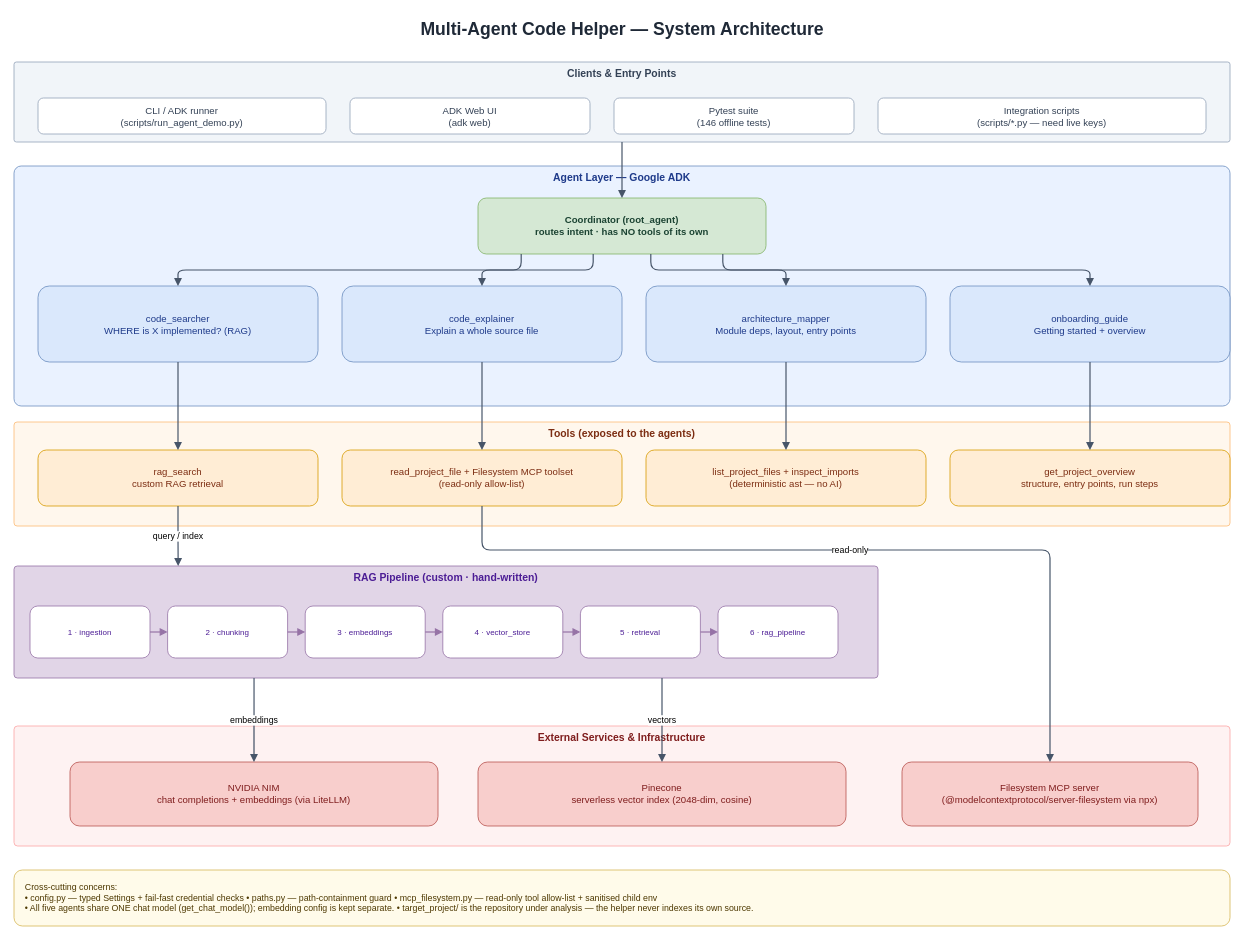
Above: docs/architecture.drawio in pratikugale959-coder/multi_agent (draw.io), before the change. Source tidied: cells renumbered, new cells numbered last; positions are measured from the earlier drawing's top-left corner, leaving out a move shared by most shapes. Both pictures are drawn from the tidied source at 80%, with x=0, y=0 at pixel (14, 14).
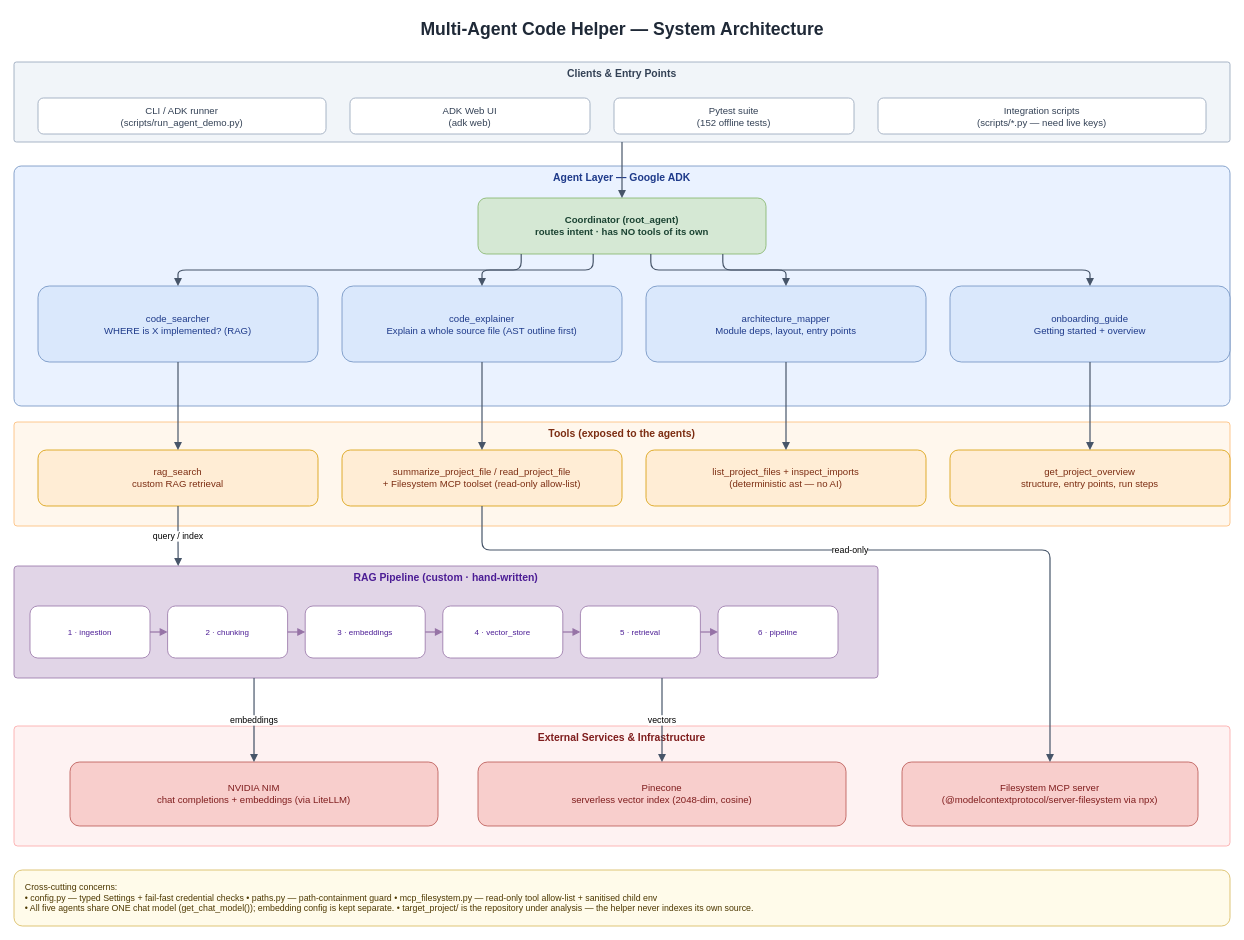
The same diagram, later.

The edit, as a diff of the source:
```diff
@@
-    <mxCell id="11" value="Pytest suite&#10;(146 offline tests)" style="rounded=1;whiteSpace=wrap;html=1;fillColor=#FFFFFF;strokeColor=#94A3B8;fontColor=#334155;" parent="1" vertex="1">
+    <mxCell id="11" value="Pytest suite&#10;(152 offline tests)" style="rounded=1;whiteSpace=wrap;html=1;fillColor=#FFFFFF;strokeColor=#94A3B8;fontColor=#334155;" parent="1" vertex="1">
       <mxGeometry x="750" y="105" width="300" height="45" as="geometry" />
     </mxCell>
@@
-    <mxCell id="15" value="code_explainer&#10;Explain a whole source file" style="rounded=1;whiteSpace=wrap;html=1;fillColor=#DAE8FC;strokeColor=#6C8EBF;fontColor=#1E3A8A;" parent="1" vertex="1">
+    <mxCell id="15" value="code_explainer&#10;Explain a whole source file (AST outline first)" style="rounded=1;whiteSpace=wrap;html=1;fillColor=#DAE8FC;strokeColor=#6C8EBF;fontColor=#1E3A8A;" parent="1" vertex="1">
       <mxGeometry x="410" y="340" width="350" height="95" as="geometry" />
     </mxCell>
@@
-    <mxCell id="19" value="read_project_file + Filesystem MCP toolset&#10;(read-only allow-list)" style="rounded=1;whiteSpace=wrap;html=1;fillColor=#FFEDD5;strokeColor=#D79B00;fontColor=#7C2D12;" parent="1" vertex="1">
+    <mxCell id="19" value="summarize_project_file / read_project_file&#10;+ Filesystem MCP toolset (read-only allow-list)" style="rounded=1;whiteSpace=wrap;html=1;fillColor=#FFEDD5;strokeColor=#D79B00;fontColor=#7C2D12;" parent="1" vertex="1">
       <mxGeometry x="410" y="545" width="350" height="70" as="geometry" />
     </mxCell>
@@
-    <mxCell id="27" value="6 · rag_pipeline" style="rounded=1;whiteSpace=wrap;html=1;fillColor=#FFFFFF;strokeColor=#9673A6;fontSize=10;fontColor=#4C1D95;" parent="1" vertex="1">
+    <mxCell id="27" value="6 · pipeline" style="rounded=1;whiteSpace=wrap;html=1;fillColor=#FFFFFF;strokeColor=#9673A6;fontSize=10;fontColor=#4C1D95;" parent="1" vertex="1">
       <mxGeometry x="880" y="740" width="150" height="65" as="geometry" />
     </mxCell>
```
